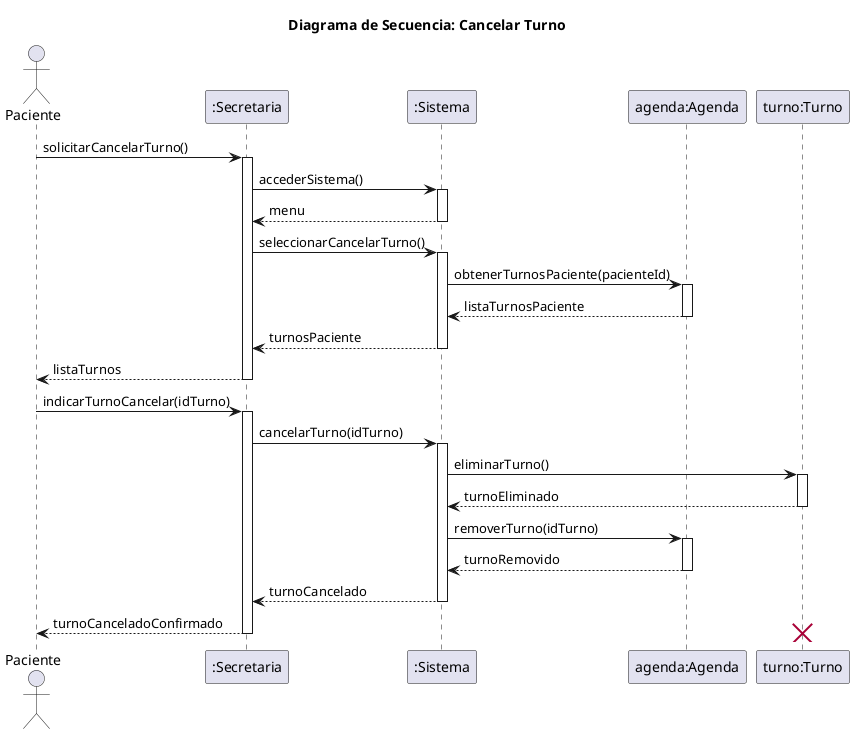
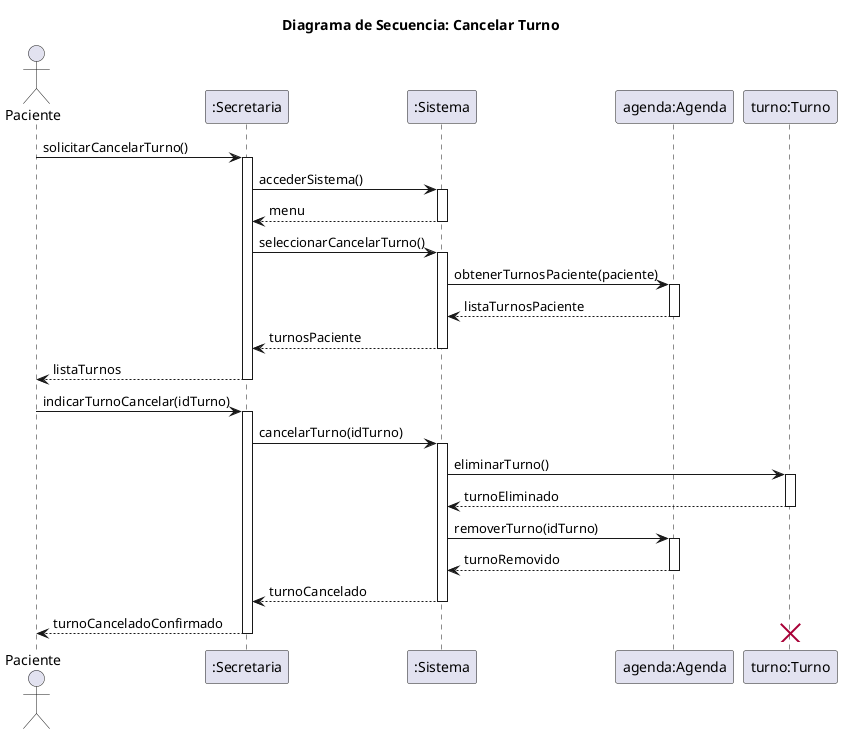
@startuml
title Diagrama de Secuencia: Cancelar Turno

actor Paciente
participant ":Secretaria" as secretaria
participant ":Sistema" as sistema
participant "agenda:Agenda" as agenda
participant "turno:Turno" as turno

Paciente -> secretaria: solicitarCancelarTurno()
activate secretaria
secretaria -> sistema: accederSistema()
activate sistema
sistema --> secretaria: menu
deactivate sistema
secretaria -> sistema: seleccionarCancelarTurno()
activate sistema
- sistema -> agenda: obtenerTurnosPaciente(pacienteId)
+ sistema -> agenda: obtenerTurnosPaciente(paciente)
activate agenda
agenda --> sistema: listaTurnosPaciente
deactivate agenda
sistema --> secretaria: turnosPaciente
deactivate sistema
secretaria --> Paciente: listaTurnos
deactivate secretaria

Paciente -> secretaria: indicarTurnoCancelar(idTurno)
activate secretaria
secretaria -> sistema: cancelarTurno(idTurno)
activate sistema
sistema -> turno: eliminarTurno()
activate turno
turno --> sistema: turnoEliminado
deactivate turno
sistema -> agenda: removerTurno(idTurno)
activate agenda
agenda --> sistema: turnoRemovido
deactivate agenda
sistema --> secretaria: turnoCancelado
deactivate sistema
secretaria --> Paciente: turnoCanceladoConfirmado
deactivate secretaria

destroy turno
@enduml